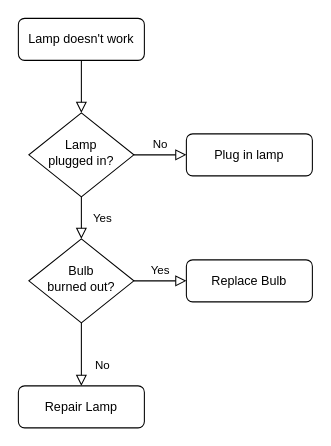
Earlier version of the draw.io diagram vegeterian Pizza/de_vegetarische_Pizza.drawio (DarkDonnerGunther/rivercookery). Source tidied: cells renumbered, new cells numbered last; positions are measured from the earlier drawing's top-left corner, leaving out a move shared by most shapes. Both pictures are drawn from the tidied source at 105%, with x=0, y=0 at pixel (18, 18).
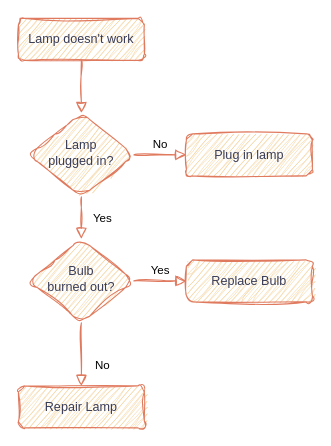
The same diagram, later.

Change to the diagram source:
```diff
@@
 <mxGraphModel>
   <root>
     <mxCell id="0" />
     <mxCell id="1" parent="0" />
-    <mxCell id="2" style="rounded=0;html=1;jettySize=auto;fontSize=11;endArrow=block;endFill=0;endSize=8;strokeWidth=1;shadow=0;labelBackgroundColor=none;edgeStyle=orthogonalEdgeStyle;" parent="1" edge="1" source="3" target="6">
+    <mxCell id="2" style="rounded=1;html=1;jettySize=auto;fontSize=11;endArrow=block;endFill=0;endSize=8;strokeWidth=1;shadow=0;labelBackgroundColor=none;edgeStyle=orthogonalEdgeStyle;sketch=1;curveFitting=1;jiggle=2;strokeColor=#E07A5F;fontColor=default;" parent="1" edge="1" source="3" target="6">
       <mxGeometry relative="1" as="geometry" />
     </mxCell>
-    <mxCell id="3" value="Lamp doesn't work" style="rounded=1;whiteSpace=wrap;html=1;fontSize=12;glass=0;strokeWidth=1;shadow=0;" parent="1" vertex="1">
+    <mxCell id="3" value="Lamp doesn't work" style="rounded=1;whiteSpace=wrap;html=1;fontSize=12;glass=0;strokeWidth=1;shadow=0;sketch=1;curveFitting=1;jiggle=2;labelBackgroundColor=none;fillColor=#F2CC8F;strokeColor=#E07A5F;fontColor=#393C56;" parent="1" vertex="1">
       <mxGeometry width="120" height="40" as="geometry" />
     </mxCell>
-    <mxCell id="4" value="Yes" style="rounded=0;html=1;jettySize=auto;fontSize=11;endArrow=block;endFill=0;endSize=8;strokeWidth=1;shadow=0;labelBackgroundColor=none;edgeStyle=orthogonalEdgeStyle;" parent="1" edge="1" source="6" target="10">
+    <mxCell id="4" value="Yes" style="rounded=1;html=1;jettySize=auto;fontSize=11;endArrow=block;endFill=0;endSize=8;strokeWidth=1;shadow=0;labelBackgroundColor=none;edgeStyle=orthogonalEdgeStyle;sketch=1;curveFitting=1;jiggle=2;strokeColor=#E07A5F;fontColor=default;" parent="1" edge="1" source="6" target="10">
       <mxGeometry y="20" relative="1" as="geometry" />
     </mxCell>
-    <mxCell id="5" value="No" style="edgeStyle=orthogonalEdgeStyle;rounded=0;html=1;jettySize=auto;fontSize=11;endArrow=block;endFill=0;endSize=8;strokeWidth=1;shadow=0;labelBackgroundColor=none;" parent="1" edge="1" source="6" target="7">
+    <mxCell id="5" value="No" style="edgeStyle=orthogonalEdgeStyle;rounded=1;html=1;jettySize=auto;fontSize=11;endArrow=block;endFill=0;endSize=8;strokeWidth=1;shadow=0;labelBackgroundColor=none;sketch=1;curveFitting=1;jiggle=2;strokeColor=#E07A5F;fontColor=default;" parent="1" edge="1" source="6" target="7">
       <mxGeometry y="10" relative="1" as="geometry" />
     </mxCell>
-    <mxCell id="6" value="Lamp&lt;br&gt;plugged in?" style="rhombus;whiteSpace=wrap;html=1;shadow=0;fontFamily=Helvetica;fontSize=12;align=center;strokeWidth=1;spacing=6;spacingTop=-4;" parent="1" vertex="1">
+    <mxCell id="6" value="Lamp&lt;br&gt;plugged in?" style="rhombus;whiteSpace=wrap;html=1;shadow=0;fontFamily=Helvetica;fontSize=12;align=center;strokeWidth=1;spacing=6;spacingTop=-4;rounded=1;sketch=1;curveFitting=1;jiggle=2;labelBackgroundColor=none;fillColor=#F2CC8F;strokeColor=#E07A5F;fontColor=#393C56;" parent="1" vertex="1">
       <mxGeometry x="10" y="90" width="100" height="80" as="geometry" />
     </mxCell>
-    <mxCell id="7" value="Plug in lamp" style="rounded=1;whiteSpace=wrap;html=1;fontSize=12;glass=0;strokeWidth=1;shadow=0;" parent="1" vertex="1">
+    <mxCell id="7" value="Plug in lamp" style="rounded=1;whiteSpace=wrap;html=1;fontSize=12;glass=0;strokeWidth=1;shadow=0;sketch=1;curveFitting=1;jiggle=2;labelBackgroundColor=none;fillColor=#F2CC8F;strokeColor=#E07A5F;fontColor=#393C56;" parent="1" vertex="1">
       <mxGeometry x="160" y="110" width="120" height="40" as="geometry" />
     </mxCell>
-    <mxCell id="8" value="No" style="rounded=0;html=1;jettySize=auto;fontSize=11;endArrow=block;endFill=0;endSize=8;strokeWidth=1;shadow=0;labelBackgroundColor=none;edgeStyle=orthogonalEdgeStyle;" parent="1" edge="1" source="10" target="11">
+    <mxCell id="8" value="No" style="rounded=1;html=1;jettySize=auto;fontSize=11;endArrow=block;endFill=0;endSize=8;strokeWidth=1;shadow=0;labelBackgroundColor=none;edgeStyle=orthogonalEdgeStyle;sketch=1;curveFitting=1;jiggle=2;strokeColor=#E07A5F;fontColor=default;" parent="1" edge="1" source="10" target="11">
       <mxGeometry x="0.33" y="20" relative="1" as="geometry" />
     </mxCell>
-    <mxCell id="9" value="Yes" style="edgeStyle=orthogonalEdgeStyle;rounded=0;html=1;jettySize=auto;fontSize=11;endArrow=block;endFill=0;endSize=8;strokeWidth=1;shadow=0;labelBackgroundColor=none;" parent="1" edge="1" source="10" target="12">
+    <mxCell id="9" value="Yes" style="edgeStyle=orthogonalEdgeStyle;rounded=1;html=1;jettySize=auto;fontSize=11;endArrow=block;endFill=0;endSize=8;strokeWidth=1;shadow=0;labelBackgroundColor=none;sketch=1;curveFitting=1;jiggle=2;strokeColor=#E07A5F;fontColor=default;" parent="1" edge="1" source="10" target="12">
       <mxGeometry y="10" relative="1" as="geometry" />
     </mxCell>
-    <mxCell id="10" value="Bulb&lt;br&gt;burned out?" style="rhombus;whiteSpace=wrap;html=1;shadow=0;fontFamily=Helvetica;fontSize=12;align=center;strokeWidth=1;spacing=6;spacingTop=-4;" parent="1" vertex="1">
+    <mxCell id="10" value="Bulb&lt;br&gt;burned out?" style="rhombus;whiteSpace=wrap;html=1;shadow=0;fontFamily=Helvetica;fontSize=12;align=center;strokeWidth=1;spacing=6;spacingTop=-4;rounded=1;sketch=1;curveFitting=1;jiggle=2;labelBackgroundColor=none;fillColor=#F2CC8F;strokeColor=#E07A5F;fontColor=#393C56;" parent="1" vertex="1">
       <mxGeometry x="10" y="210" width="100" height="80" as="geometry" />
     </mxCell>
-    <mxCell id="11" value="Repair Lamp" style="rounded=1;whiteSpace=wrap;html=1;fontSize=12;glass=0;strokeWidth=1;shadow=0;" parent="1" vertex="1">
+    <mxCell id="11" value="Repair Lamp" style="rounded=1;whiteSpace=wrap;html=1;fontSize=12;glass=0;strokeWidth=1;shadow=0;sketch=1;curveFitting=1;jiggle=2;labelBackgroundColor=none;fillColor=#F2CC8F;strokeColor=#E07A5F;fontColor=#393C56;" parent="1" vertex="1">
       <mxGeometry y="350" width="120" height="40" as="geometry" />
     </mxCell>
-    <mxCell id="12" value="Replace Bulb" style="rounded=1;whiteSpace=wrap;html=1;fontSize=12;glass=0;strokeWidth=1;shadow=0;" parent="1" vertex="1">
+    <mxCell id="12" value="Replace Bulb" style="rounded=1;whiteSpace=wrap;html=1;fontSize=12;glass=0;strokeWidth=1;shadow=0;sketch=1;curveFitting=1;jiggle=2;labelBackgroundColor=none;fillColor=#F2CC8F;strokeColor=#E07A5F;fontColor=#393C56;" parent="1" vertex="1">
       <mxGeometry x="160" y="230" width="120" height="40" as="geometry" />
     </mxCell>
   </root>
 </mxGraphModel>
```
